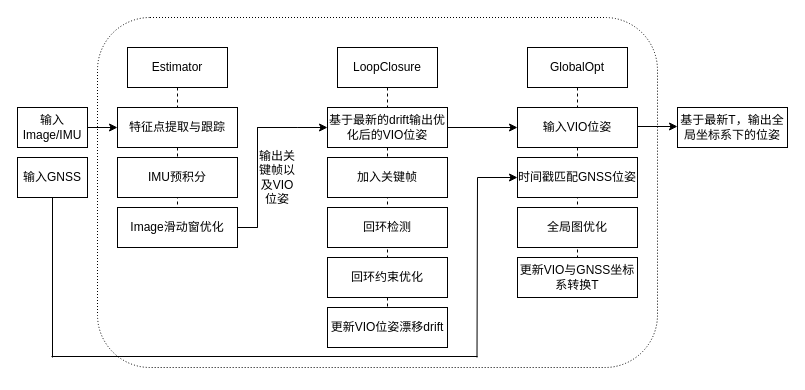
This is vins_diagram.drawio from sunbingfeng/draw_sketches, a draw.io file, before an edit. Source tidied: cells renumbered, new cells numbered last; positions are measured from the earlier drawing's top-left corner, leaving out a move shared by most shapes. Both pictures are drawn from the tidied source at 100%, with x=0, y=0 at pixel (17, 17).
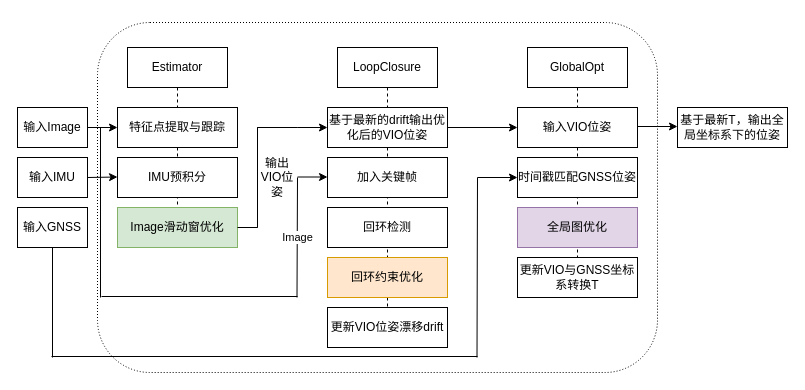
The same diagram, later.

The edit, as a diff of the source:
```diff
@@
     <mxCell id="2" style="rounded=1;whiteSpace=wrap;html=1;dashed=1;dashPattern=1 2;comic=0;glass=0;" parent="1" vertex="1">
-      <mxGeometry x="80" width="560" height="350" as="geometry" />
+      <mxGeometry x="80" y="5" width="560" height="350" as="geometry" />
     </mxCell>
@@
-    <mxCell id="6" value="Image滑动窗优化" style="rounded=0;whiteSpace=wrap;html=1;" parent="1" vertex="1">
+    <mxCell id="6" value="Image滑动窗优化" style="rounded=0;whiteSpace=wrap;html=1;fillColor=#d5e8d4;strokeColor=#82b366;" parent="1" vertex="1">
       <mxGeometry x="100" y="190" width="120" height="40" as="geometry" />
     </mxCell>
@@
-    <mxCell id="10" value="回环约束优化" style="rounded=0;whiteSpace=wrap;html=1;" parent="1" vertex="1">
+    <mxCell id="10" value="回环约束优化" style="rounded=0;whiteSpace=wrap;html=1;fillColor=#ffe6cc;strokeColor=#d79b00;" parent="1" vertex="1">
       <mxGeometry x="310" y="240" width="120" height="40" as="geometry" />
     </mxCell>
-    <mxCell id="11" value="输出关键帧以及VIO位姿" style="shape=corner;whiteSpace=wrap;html=1;dx=0;dy=0;" parent="1" vertex="1">
+    <mxCell id="11" value="输出VIO位姿" style="shape=corner;whiteSpace=wrap;html=1;dx=0;dy=0;" parent="1" vertex="1">
       <mxGeometry x="240" y="110" width="40" height="100" as="geometry" />
     </mxCell>
@@
-    <mxCell id="17" value="全局图优化" style="rounded=0;whiteSpace=wrap;html=1;" parent="1" vertex="1">
+    <mxCell id="17" value="全局图优化" style="rounded=0;whiteSpace=wrap;html=1;fillColor=#e1d5e7;strokeColor=#9673a6;" parent="1" vertex="1">
       <mxGeometry x="500" y="190" width="120" height="40" as="geometry" />
     </mxCell>
@@
-    <mxCell id="24" value="输入Image/IMU" style="rounded=0;whiteSpace=wrap;html=1;" parent="1" vertex="1">
+    <mxCell id="24" value="输入Image" style="rounded=0;whiteSpace=wrap;html=1;" parent="1" vertex="1">
       <mxGeometry y="90" width="70" height="40" as="geometry" />
     </mxCell>
@@
     <mxCell id="26" value="输入GNSS" style="rounded=0;whiteSpace=wrap;html=1;" parent="1" vertex="1">
-      <mxGeometry y="140" width="70" height="40" as="geometry" />
+      <mxGeometry y="190" width="70" height="40" as="geometry" />
     </mxCell>
@@
+    <mxCell id="31" value="输入IMU" style="rounded=0;whiteSpace=wrap;html=1;" parent="1" vertex="1">
+      <mxGeometry y="140" width="70" height="40" as="geometry" />
+    </mxCell>
+    <mxCell id="32" style="endArrow=none;html=1;" parent="1" edge="1">
+      <mxGeometry relative="1" as="geometry">
+        <mxPoint x="83" y="280" as="sourcePoint" />
+        <mxPoint x="83" y="110" as="targetPoint" />
+      </mxGeometry>
+    </mxCell>
+    <mxCell id="33" style="endArrow=none;html=1;" parent="1" edge="1">
+      <mxGeometry relative="1" as="geometry">
+        <mxPoint x="84" y="279" as="sourcePoint" />
+        <mxPoint x="280" y="279" as="targetPoint" />
+      </mxGeometry>
+    </mxCell>
+    <mxCell id="34" value="Image" style="endArrow=none;html=1;" parent="1" edge="1">
+      <mxGeometry relative="1" as="geometry">
+        <mxPoint x="279.5" y="280" as="sourcePoint" />
+        <mxPoint x="280" y="160" as="targetPoint" />
+      </mxGeometry>
+    </mxCell>
+    <mxCell id="35" style="endArrow=classic;html=1;exitX=1;exitY=0;exitDx=0;exitDy=0;exitPerimeter=0;" parent="1" edge="1">
+      <mxGeometry relative="1" as="geometry">
+        <mxPoint x="280" y="159.5" as="sourcePoint" />
+        <mxPoint x="310" y="159.5" as="targetPoint" />
+      </mxGeometry>
+    </mxCell>
+    <mxCell id="36" style="endArrow=classic;html=1;entryX=0;entryY=0.5;entryDx=0;entryDy=0;" parent="1" edge="1">
+      <mxGeometry relative="1" as="geometry">
+        <mxPoint x="70" y="160" as="sourcePoint" />
+        <mxPoint x="100" y="159.5" as="targetPoint" />
+      </mxGeometry>
+    </mxCell>
```
